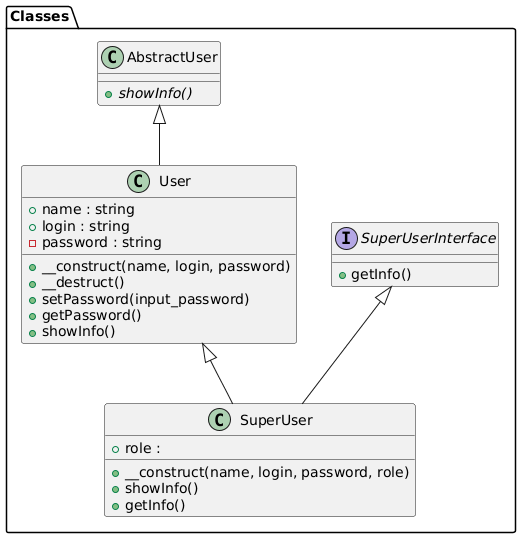
Earlier version of the PlantUML export Lab1/PlantUML_lab1.png (djo-528-1/PHP-2).
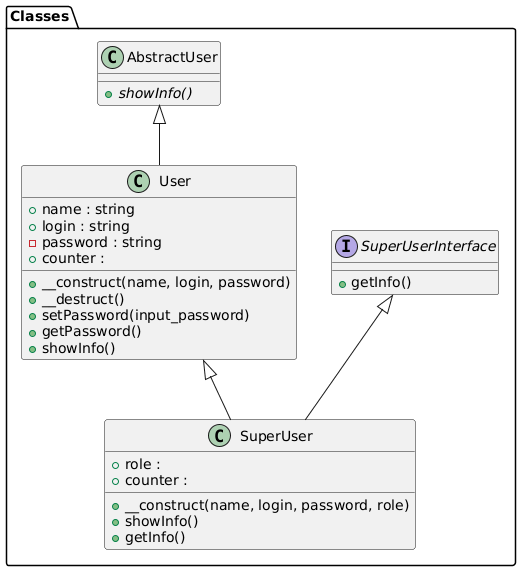
After the change.

Diff of the diagram source:
```diff
@@ -5,6 +5,7 @@
     }
     class "SuperUser" as Classes_SuperUser {
       +role :
+      +counter :
       +__construct(name, login, password, role)
       +showInfo()
       +getInfo()
@@ -16,6 +17,7 @@
       +name : string
       +login : string
       -password : string
+      +counter :
       +__construct(name, login, password)
       +__destruct()
       +setPassword(input_password)
```
